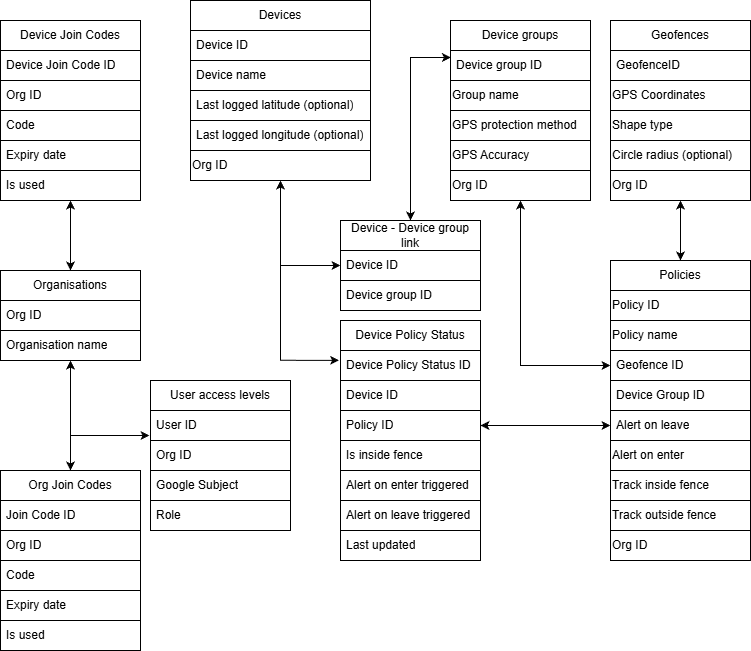
Before: Documents/Design/COMP3000 DB Design.png, a diagram exported from draw.io (ChrisStuff4Fun/COMP3000). Source tidied: cells renumbered, new cells last; positions are measured from the earlier drawing's top-left corner, leaving out a move shared by most shapes.
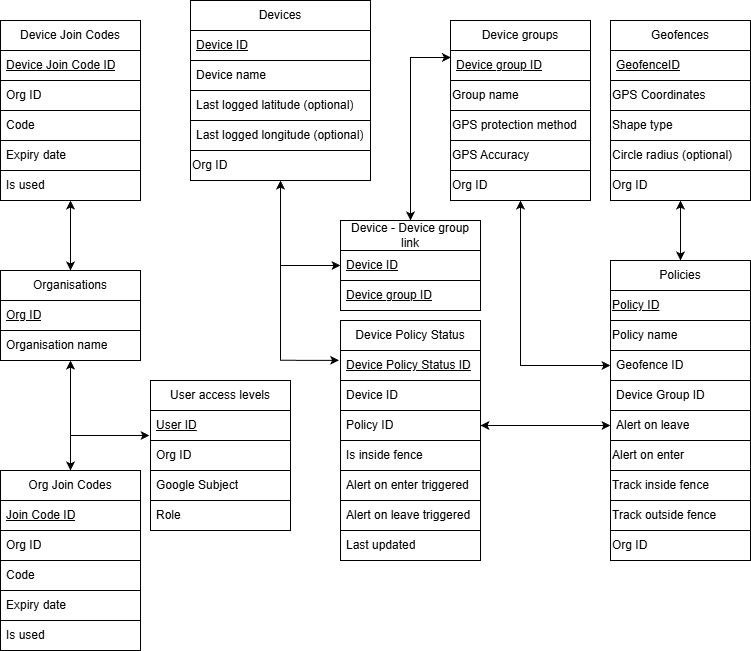
After the change.

Diff of the diagram source:
```diff
@@ -8,7 +8,7 @@
     <mxCell id="3" value="Devices" style="swimlane;fontStyle=0;horizontal=1;startSize=30;whiteSpace=wrap;html=1;fillColor=#FFFFFF;fontColor=#000000;strokeColor=#000000;" parent="1" vertex="1">
       <mxGeometry x="190" width="180" height="180" as="geometry" />
     </mxCell>
-    <mxCell id="4" value="Device ID" style="text;strokeColor=#000000;fillColor=#FFFFFF;align=left;verticalAlign=middle;spacingLeft=4;spacingRight=4;overflow=hidden;whiteSpace=wrap;html=1;fontColor=#000000;" parent="3" vertex="1">
+    <mxCell id="4" value="&lt;u&gt;Device ID&lt;/u&gt;" style="text;strokeColor=#000000;fillColor=#FFFFFF;align=left;verticalAlign=middle;spacingLeft=4;spacingRight=4;overflow=hidden;whiteSpace=wrap;html=1;fontColor=#000000;" parent="3" vertex="1">
       <mxGeometry y="30" width="180" height="30" as="geometry" />
     </mxCell>
     <mxCell id="5" value="Device name" style="text;strokeColor=#000000;fillColor=#FFFFFF;align=left;verticalAlign=middle;spacingLeft=4;spacingRight=4;overflow=hidden;whiteSpace=wrap;html=1;fontColor=#000000;" parent="3" vertex="1">
@@ -26,7 +26,7 @@
     <mxCell id="9" value="Geofences" style="swimlane;fontStyle=0;horizontal=1;startSize=30;whiteSpace=wrap;html=1;fillColor=#FFFFFF;fontColor=#000000;strokeColor=#000000;" parent="1" vertex="1">
       <mxGeometry x="610" y="20" width="140" height="180" as="geometry" />
     </mxCell>
-    <mxCell id="10" value="GeofenceID" style="text;strokeColor=#000000;fillColor=#FFFFFF;align=left;verticalAlign=middle;spacingLeft=4;spacingRight=4;overflow=hidden;whiteSpace=wrap;html=1;fontColor=#000000;" parent="9" vertex="1">
+    <mxCell id="10" value="&lt;u&gt;GeofenceID&lt;/u&gt;" style="text;strokeColor=#000000;fillColor=#FFFFFF;align=left;verticalAlign=middle;spacingLeft=4;spacingRight=4;overflow=hidden;whiteSpace=wrap;html=1;fontColor=#000000;" parent="9" vertex="1">
       <mxGeometry y="30" width="140" height="30" as="geometry" />
     </mxCell>
     <mxCell id="11" value="GPS Coordinates" style="text;html=1;whiteSpace=wrap;strokeColor=#000000;fillColor=#FFFFFF;align=left;verticalAlign=middle;rounded=0;fontColor=#000000;" parent="9" vertex="1">
@@ -47,7 +47,7 @@
     <mxCell id="16" value="Device groups" style="swimlane;fontStyle=0;horizontal=1;startSize=30;whiteSpace=wrap;html=1;fillColor=#FFFFFF;fontColor=#000000;strokeColor=#000000;" parent="1" vertex="1">
       <mxGeometry x="450" y="20" width="140" height="180" as="geometry" />
     </mxCell>
-    <mxCell id="17" value="Device group ID" style="text;strokeColor=#000000;fillColor=#FFFFFF;align=left;verticalAlign=middle;spacingLeft=4;spacingRight=4;overflow=hidden;points=[[0,0.5],[1,0.5]];portConstraint=eastwest;whiteSpace=wrap;html=1;fontColor=#000000;" parent="16" vertex="1">
+    <mxCell id="17" value="&lt;u&gt;Device group ID&lt;/u&gt;" style="text;strokeColor=#000000;fillColor=#FFFFFF;align=left;verticalAlign=middle;spacingLeft=4;spacingRight=4;overflow=hidden;points=[[0,0.5],[1,0.5]];portConstraint=eastwest;whiteSpace=wrap;html=1;fontColor=#000000;" parent="16" vertex="1">
       <mxGeometry y="30" width="140" height="30" as="geometry" />
     </mxCell>
     <mxCell id="18" value="Group name" style="text;html=1;whiteSpace=wrap;strokeColor=#000000;fillColor=#FFFFFF;align=left;verticalAlign=middle;rounded=0;fontColor=#000000;" parent="16" vertex="1">
@@ -65,16 +65,16 @@
     <mxCell id="22" value="Device - Device group link" style="swimlane;fontStyle=0;horizontal=1;startSize=30;whiteSpace=wrap;html=1;fillColor=#FFFFFF;fontColor=#000000;strokeColor=#000000;" parent="1" vertex="1">
       <mxGeometry x="340" y="220" width="140" height="90" as="geometry" />
     </mxCell>
-    <mxCell id="23" value="Device ID" style="text;strokeColor=#000000;fillColor=#FFFFFF;align=left;verticalAlign=middle;spacingLeft=4;spacingRight=4;overflow=hidden;points=[[0,0.5],[1,0.5]];portConstraint=eastwest;whiteSpace=wrap;html=1;fontColor=#000000;" parent="22" vertex="1">
+    <mxCell id="23" value="&lt;u style=&quot;&quot;&gt;Device ID&lt;/u&gt;" style="text;strokeColor=#000000;fillColor=#FFFFFF;align=left;verticalAlign=middle;spacingLeft=4;spacingRight=4;overflow=hidden;points=[[0,0.5],[1,0.5]];portConstraint=eastwest;whiteSpace=wrap;html=1;fontColor=#000000;" parent="22" vertex="1">
       <mxGeometry y="30" width="140" height="30" as="geometry" />
     </mxCell>
-    <mxCell id="24" value="Device group ID" style="text;strokeColor=#000000;fillColor=#FFFFFF;align=left;verticalAlign=middle;spacingLeft=4;spacingRight=4;overflow=hidden;whiteSpace=wrap;html=1;fontColor=#000000;" parent="22" vertex="1">
+    <mxCell id="24" value="&lt;u style=&quot;&quot;&gt;Device group ID&lt;/u&gt;" style="text;strokeColor=#000000;fillColor=#FFFFFF;align=left;verticalAlign=middle;spacingLeft=4;spacingRight=4;overflow=hidden;whiteSpace=wrap;html=1;fontColor=#000000;" parent="22" vertex="1">
       <mxGeometry y="60" width="140" height="30" as="geometry" />
     </mxCell>
     <mxCell id="25" value="Policies" style="swimlane;fontStyle=0;horizontal=1;startSize=30;whiteSpace=wrap;html=1;fillColor=#FFFFFF;fontColor=#000000;strokeColor=#000000;" parent="1" vertex="1">
       <mxGeometry x="610" y="260" width="140" height="300" as="geometry" />
     </mxCell>
-    <mxCell id="26" value="Policy ID" style="text;html=1;whiteSpace=wrap;strokeColor=#000000;fillColor=#FFFFFF;align=left;verticalAlign=middle;rounded=0;fontColor=#000000;" parent="25" vertex="1">
+    <mxCell id="26" value="&lt;u&gt;Policy ID&lt;/u&gt;" style="text;html=1;whiteSpace=wrap;strokeColor=#000000;fillColor=#FFFFFF;align=left;verticalAlign=middle;rounded=0;fontColor=#000000;" parent="25" vertex="1">
       <mxGeometry y="30" width="140" height="30" as="geometry" />
     </mxCell>
     <mxCell id="27" value="Policy name" style="text;html=1;whiteSpace=wrap;strokeColor=#000000;fillColor=#FFFFFF;align=left;verticalAlign=middle;rounded=0;fontColor=#000000;" parent="25" vertex="1">
@@ -110,7 +110,7 @@
     <mxCell id="37" value="Organisations" style="swimlane;fontStyle=0;horizontal=1;startSize=30;whiteSpace=wrap;html=1;fillColor=#FFFFFF;fontColor=#000000;strokeColor=#000000;" parent="1" vertex="1">
       <mxGeometry y="270" width="140" height="90" as="geometry" />
     </mxCell>
-    <mxCell id="38" value="Org ID" style="text;strokeColor=#000000;fillColor=#FFFFFF;align=left;verticalAlign=middle;spacingLeft=4;spacingRight=4;overflow=hidden;whiteSpace=wrap;html=1;fontColor=#000000;" parent="37" vertex="1">
+    <mxCell id="38" value="&lt;u&gt;Org ID&lt;/u&gt;" style="text;strokeColor=#000000;fillColor=#FFFFFF;align=left;verticalAlign=middle;spacingLeft=4;spacingRight=4;overflow=hidden;whiteSpace=wrap;html=1;fontColor=#000000;" parent="37" vertex="1">
       <mxGeometry y="30" width="140" height="30" as="geometry" />
     </mxCell>
     <mxCell id="39" value="Organisation name" style="text;strokeColor=#000000;fillColor=#FFFFFF;align=left;verticalAlign=middle;spacingLeft=4;spacingRight=4;overflow=hidden;points=[[0,0.5],[1,0.5]];portConstraint=eastwest;whiteSpace=wrap;html=1;fontColor=#000000;" parent="37" vertex="1">
@@ -119,7 +119,7 @@
     <mxCell id="40" value="User access levels" style="swimlane;fontStyle=0;horizontal=1;startSize=30;whiteSpace=wrap;html=1;fillColor=#FFFFFF;fontColor=#000000;strokeColor=#000000;" parent="1" vertex="1">
       <mxGeometry x="150" y="380" width="140" height="150" as="geometry" />
     </mxCell>
-    <mxCell id="41" value="User ID" style="text;strokeColor=#000000;fillColor=#FFFFFF;align=left;verticalAlign=middle;spacingLeft=4;spacingRight=4;overflow=hidden;points=[[0,0.5],[1,0.5]];portConstraint=eastwest;whiteSpace=wrap;html=1;fontColor=#000000;" parent="40" vertex="1">
+    <mxCell id="41" value="&lt;u&gt;User ID&lt;/u&gt;" style="text;strokeColor=#000000;fillColor=#FFFFFF;align=left;verticalAlign=middle;spacingLeft=4;spacingRight=4;overflow=hidden;points=[[0,0.5],[1,0.5]];portConstraint=eastwest;whiteSpace=wrap;html=1;fontColor=#000000;" parent="40" vertex="1">
       <mxGeometry y="30" width="140" height="30" as="geometry" />
     </mxCell>
     <mxCell id="42" value="Org ID" style="text;strokeColor=#000000;fillColor=#FFFFFF;align=left;verticalAlign=middle;spacingLeft=4;spacingRight=4;overflow=hidden;whiteSpace=wrap;html=1;fontColor=#000000;" parent="40" vertex="1">
@@ -140,7 +140,7 @@
     <mxCell id="47" value="Device Join Codes" style="swimlane;fontStyle=0;horizontal=1;startSize=30;whiteSpace=wrap;html=1;fillColor=#FFFFFF;fontColor=#000000;strokeColor=#000000;" parent="1" vertex="1">
       <mxGeometry y="20" width="140" height="180" as="geometry" />
     </mxCell>
-    <mxCell id="48" value="Device Join Code ID" style="text;strokeColor=#000000;fillColor=#FFFFFF;align=left;verticalAlign=middle;spacingLeft=4;spacingRight=4;overflow=hidden;whiteSpace=wrap;html=1;fontColor=#000000;" parent="47" vertex="1">
+    <mxCell id="48" value="&lt;u&gt;Device Join Code ID&lt;/u&gt;" style="text;strokeColor=#000000;fillColor=#FFFFFF;align=left;verticalAlign=middle;spacingLeft=4;spacingRight=4;overflow=hidden;whiteSpace=wrap;html=1;fontColor=#000000;" parent="47" vertex="1">
       <mxGeometry y="30" width="140" height="30" as="geometry" />
     </mxCell>
     <mxCell id="49" value="Org ID" style="text;strokeColor=#000000;fillColor=#FFFFFF;align=left;verticalAlign=middle;spacingLeft=4;spacingRight=4;overflow=hidden;whiteSpace=wrap;html=1;fontColor=#000000;" parent="47" vertex="1">
@@ -158,7 +158,7 @@
     <mxCell id="53" value="Org Join Codes" style="swimlane;fontStyle=0;horizontal=1;startSize=30;whiteSpace=wrap;html=1;fillColor=#FFFFFF;fontColor=#000000;strokeColor=#000000;" parent="1" vertex="1">
       <mxGeometry y="470" width="140" height="180" as="geometry" />
     </mxCell>
-    <mxCell id="54" value="Join Code ID" style="text;strokeColor=#000000;fillColor=#FFFFFF;align=left;verticalAlign=middle;spacingLeft=4;spacingRight=4;overflow=hidden;whiteSpace=wrap;html=1;fontColor=#000000;" parent="53" vertex="1">
+    <mxCell id="54" value="&lt;u&gt;Join Code ID&lt;/u&gt;" style="text;strokeColor=#000000;fillColor=#FFFFFF;align=left;verticalAlign=middle;spacingLeft=4;spacingRight=4;overflow=hidden;whiteSpace=wrap;html=1;fontColor=#000000;" parent="53" vertex="1">
       <mxGeometry y="30" width="140" height="30" as="geometry" />
     </mxCell>
     <mxCell id="55" value="Org ID" style="text;strokeColor=#000000;fillColor=#FFFFFF;align=left;verticalAlign=middle;spacingLeft=4;spacingRight=4;overflow=hidden;whiteSpace=wrap;html=1;fontColor=#000000;" parent="53" vertex="1">
@@ -176,7 +176,7 @@
     <mxCell id="59" value="Device Policy Status" style="swimlane;fontStyle=0;horizontal=1;startSize=30;whiteSpace=wrap;html=1;fillColor=#FFFFFF;fontColor=#000000;strokeColor=#000000;" parent="1" vertex="1">
       <mxGeometry x="340" y="320" width="140" height="240" as="geometry" />
     </mxCell>
-    <mxCell id="60" value="Device Policy Status ID" style="text;strokeColor=#000000;fillColor=#FFFFFF;align=left;verticalAlign=middle;spacingLeft=4;spacingRight=4;overflow=hidden;points=[[0,0.5],[1,0.5]];portConstraint=eastwest;whiteSpace=wrap;html=1;fontColor=#000000;" parent="59" vertex="1">
+    <mxCell id="60" value="&lt;u&gt;Device Policy Status ID&lt;/u&gt;" style="text;strokeColor=#000000;fillColor=#FFFFFF;align=left;verticalAlign=middle;spacingLeft=4;spacingRight=4;overflow=hidden;points=[[0,0.5],[1,0.5]];portConstraint=eastwest;whiteSpace=wrap;html=1;fontColor=#000000;" parent="59" vertex="1">
       <mxGeometry y="30" width="140" height="30" as="geometry" />
     </mxCell>
     <mxCell id="61" value="Device ID" style="text;strokeColor=#000000;fillColor=#FFFFFF;align=left;verticalAlign=middle;spacingLeft=4;spacingRight=4;overflow=hidden;whiteSpace=wrap;html=1;fontColor=#000000;" parent="59" vertex="1">
```
